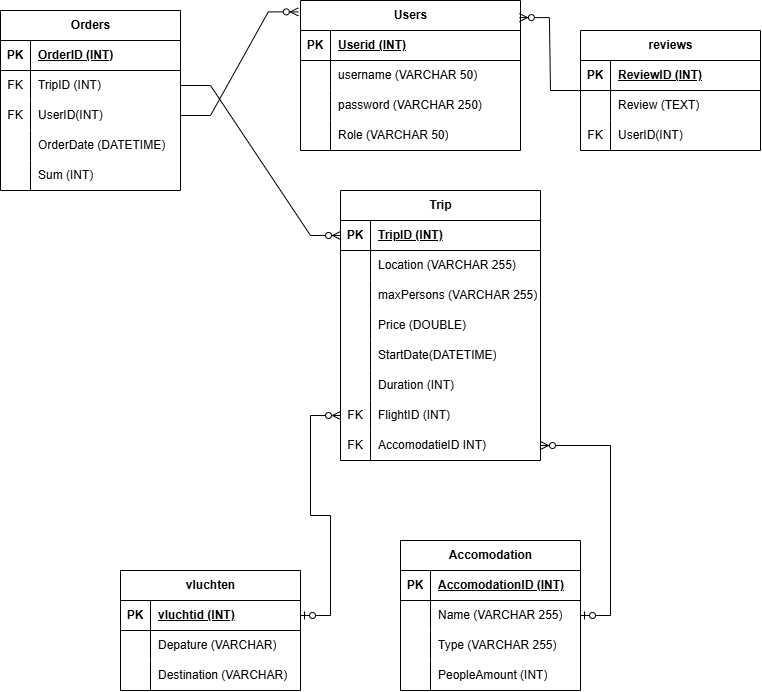
The draw.io diagram ERD-reisbureau.drawio.png in kraken545/Webapp_2, before a commit. Source tidied: cells renumbered, new cells last; positions are measured from the earlier drawing's top-left corner, leaving out a move shared by most shapes.
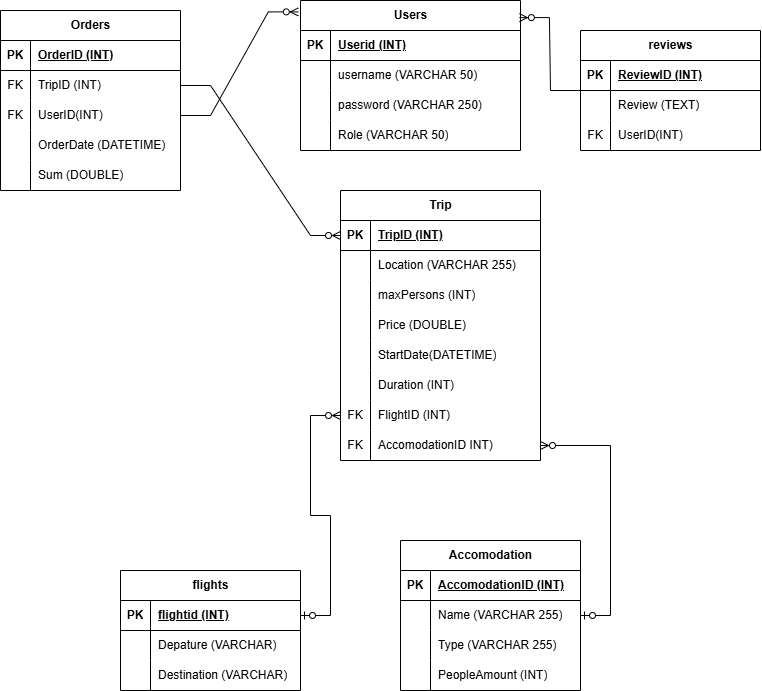
The same diagram one commit later.

Commit message:
removed all upper case letters from the erd

Change to the diagram source:
```diff
@@ -29,7 +29,7 @@
     <mxCell id="10" style="shape=partialRectangle;fillColor=none;top=0;left=0;bottom=0;right=0;overflow=hidden;whiteSpace=wrap;html=1;" parent="9" vertex="1">
       <mxGeometry width="30" height="30" as="geometry" />
     </mxCell>
-    <mxCell id="11" value="maxPersons (VARCHAR 255)" style="shape=partialRectangle;fillColor=none;top=0;left=0;bottom=0;right=0;align=left;spacingLeft=6;overflow=hidden;whiteSpace=wrap;html=1;" parent="9" vertex="1">
+    <mxCell id="11" value="maxPersons (INT)" style="shape=partialRectangle;fillColor=none;top=0;left=0;bottom=0;right=0;align=left;spacingLeft=6;overflow=hidden;whiteSpace=wrap;html=1;" parent="9" vertex="1">
       <mxGeometry x="30" width="170" height="30" as="geometry" />
     </mxCell>
     <mxCell id="12" style="shape=tableRow;horizontal=0;startSize=0;swimlaneHead=0;swimlaneBody=0;fillColor=none;top=0;left=0;right=0;bottom=0;" parent="2" vertex="1">
@@ -74,7 +74,7 @@
     <mxCell id="25" value="FK" style="shape=partialRectangle;fillColor=none;top=0;left=0;bottom=0;right=0;overflow=hidden;whiteSpace=wrap;html=1;" parent="24" vertex="1">
       <mxGeometry width="30" height="30" as="geometry" />
     </mxCell>
-    <mxCell id="26" value="AccomodatieID INT)" style="shape=partialRectangle;fillColor=none;top=0;left=0;bottom=0;right=0;align=left;spacingLeft=6;overflow=hidden;whiteSpace=wrap;html=1;" parent="24" vertex="1">
+    <mxCell id="26" value="AccomodationID INT)" style="shape=partialRectangle;fillColor=none;top=0;left=0;bottom=0;right=0;align=left;spacingLeft=6;overflow=hidden;whiteSpace=wrap;html=1;" parent="24" vertex="1">
       <mxGeometry x="30" width="170" height="30" as="geometry" />
     </mxCell>
     <mxCell id="27" value="Users" style="shape=table;startSize=30;rowLines=0;fontStyle=1;align=center;html=1;" parent="1" vertex="1">
@@ -116,7 +116,7 @@
     <mxCell id="39" value="Role (VARCHAR 50)" style="shape=partialRectangle;fillColor=none;top=0;left=0;bottom=0;right=0;align=left;spacingLeft=6;overflow=hidden;whiteSpace=wrap;html=1;" parent="37" vertex="1">
       <mxGeometry x="30" width="190" height="30" as="geometry" />
     </mxCell>
-    <mxCell id="40" value="vluchten" style="shape=table;startSize=30;rowLines=0;fontStyle=1;align=center;html=1;" parent="1" vertex="1">
+    <mxCell id="40" value="flights" style="shape=table;startSize=30;rowLines=0;fontStyle=1;align=center;html=1;" parent="1" vertex="1">
       <mxGeometry x="120" y="570" width="180" height="120" as="geometry" />
     </mxCell>
     <mxCell id="41" style="shape=tableRow;horizontal=0;startSize=0;swimlaneHead=0;swimlaneBody=0;fillColor=none;points=[[0,0.5],[1,0.5]];portConstraint=eastwest;top=0;left=0;right=0;bottom=1;" parent="40" vertex="1">
@@ -125,7 +125,7 @@
     <mxCell id="42" value="PK" style="shape=partialRectangle;fillColor=none;top=0;left=0;bottom=0;right=0;fontStyle=1;overflow=hidden;whiteSpace=wrap;html=1;" parent="41" vertex="1">
       <mxGeometry width="30" height="30" as="geometry" />
     </mxCell>
-    <mxCell id="43" value="vluchtid (INT)" style="shape=partialRectangle;fillColor=none;top=0;left=0;bottom=0;right=0;align=left;spacingLeft=6;fontStyle=5;overflow=hidden;whiteSpace=wrap;html=1;" parent="41" vertex="1">
+    <mxCell id="43" value="flightid (INT)" style="shape=partialRectangle;fillColor=none;top=0;left=0;bottom=0;right=0;align=left;spacingLeft=6;fontStyle=5;overflow=hidden;whiteSpace=wrap;html=1;" parent="41" vertex="1">
       <mxGeometry x="30" width="150" height="30" as="geometry" />
     </mxCell>
     <mxCell id="44" style="shape=tableRow;horizontal=0;startSize=0;swimlaneHead=0;swimlaneBody=0;fillColor=none;top=0;left=0;right=0;bottom=0;" parent="40" vertex="1">
@@ -236,7 +236,7 @@
     <mxCell id="79" style="shape=partialRectangle;fillColor=none;top=0;left=0;bottom=0;right=0;overflow=hidden;whiteSpace=wrap;html=1;" parent="78" vertex="1">
       <mxGeometry width="30" height="30" as="geometry" />
     </mxCell>
-    <mxCell id="80" value="Sum (INT)" style="shape=partialRectangle;fillColor=none;top=0;left=0;bottom=0;right=0;align=left;spacingLeft=6;overflow=hidden;whiteSpace=wrap;html=1;" parent="78" vertex="1">
+    <mxCell id="80" value="Sum (DOUBLE)" style="shape=partialRectangle;fillColor=none;top=0;left=0;bottom=0;right=0;align=left;spacingLeft=6;overflow=hidden;whiteSpace=wrap;html=1;" parent="78" vertex="1">
       <mxGeometry x="30" width="150" height="30" as="geometry" />
     </mxCell>
     <mxCell id="81" value="reviews" style="shape=table;startSize=30;rowLines=0;fontStyle=1;align=center;html=1;" parent="1" vertex="1">
```
